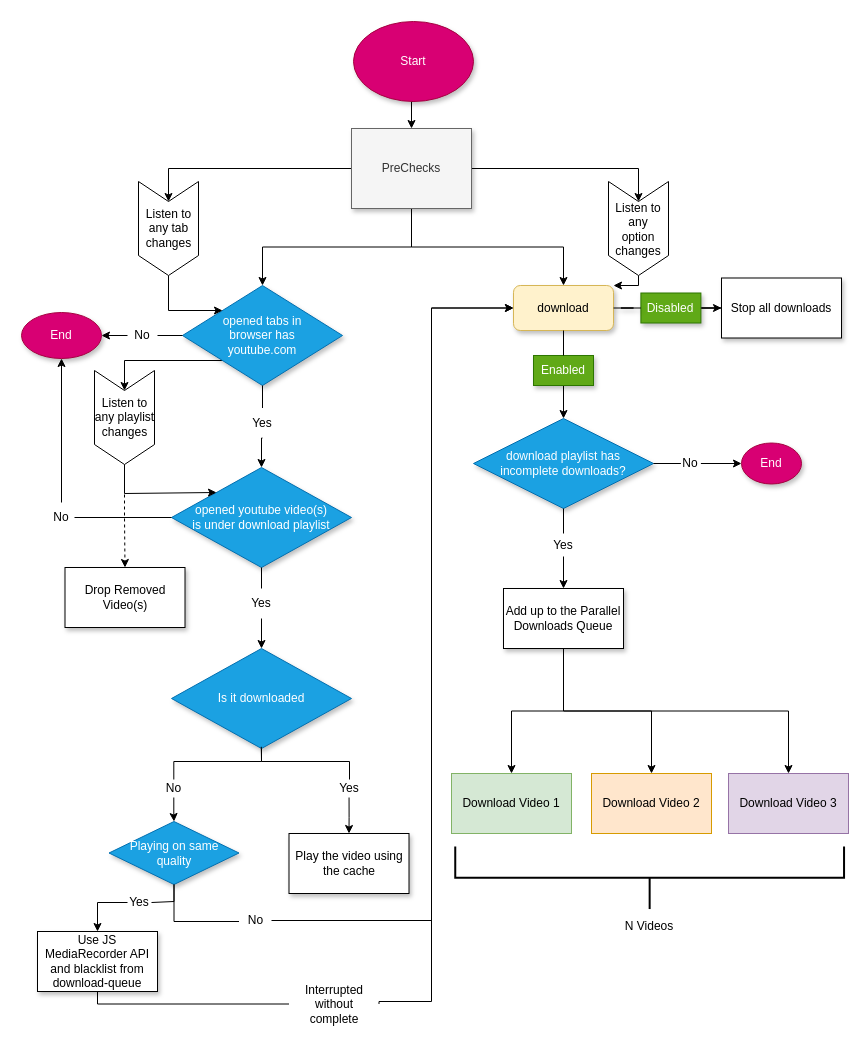
Above: ytcache/presentation/assets/ytcache-lifecycle-flowchart.drawio in Animeshz/archives-public (draw.io), before the change. Source tidied: cells renumbered, new cells numbered last; positions are measured from the earlier drawing's top-left corner, leaving out a move shared by most shapes. Both pictures are drawn from the tidied source at 100%, with x=0, y=0 at pixel (21, 21).
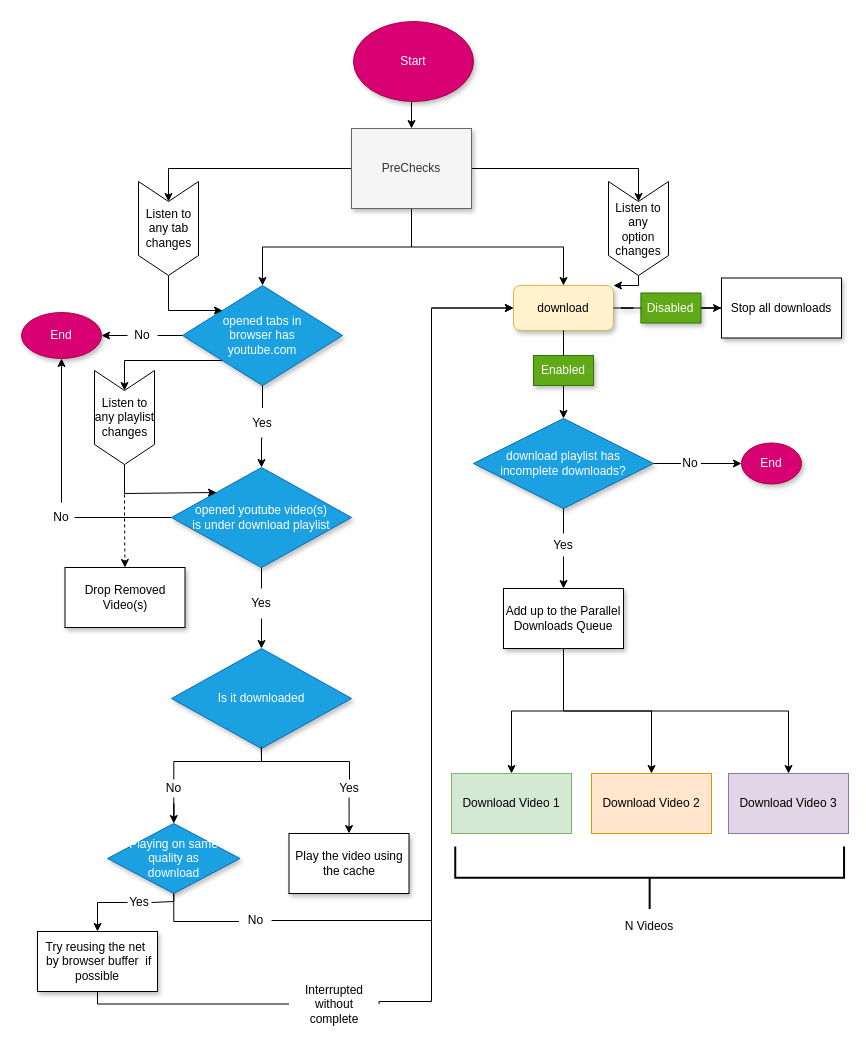
After the change.

Commit message (it also covers changes not shown here):
[ytcache] update flowcharts

What changed in the source:
```diff
@@
-    <mxCell id="15" value="Use JS MediaRecorder API and blacklist from download-queue" style="rounded=0;whiteSpace=wrap;html=1;shadow=1;labelBackgroundColor=none;direction=west;" parent="1" vertex="1">
+    <mxCell id="15" value="Try reusing the net&amp;nbsp; &amp;nbsp;by browser buffer&amp;nbsp; if possible" style="rounded=0;whiteSpace=wrap;html=1;shadow=1;labelBackgroundColor=none;direction=west;" parent="1" vertex="1">
       <mxGeometry x="16" y="910" width="120" height="60" as="geometry" />
     </mxCell>
@@
-    <mxCell id="75" value="Playing on same quality" style="rhombus;whiteSpace=wrap;html=1;spacingTop=0;spacing=20;rounded=0;shadow=1;fillColor=#1ba1e2;fontColor=#ffffff;strokeColor=#006EAF;" parent="1" vertex="1">
-      <mxGeometry x="87.5" y="800" width="130" height="63" as="geometry" />
+    <mxCell id="75" value="Playing on same quality as download" style="rhombus;whiteSpace=wrap;html=1;spacingTop=0;spacing=20;rounded=0;shadow=1;fillColor=#1ba1e2;fontColor=#ffffff;strokeColor=#006EAF;" parent="1" vertex="1">
+      <mxGeometry x="86" y="802" width="132.5" height="70" as="geometry" />
     </mxCell>
```
